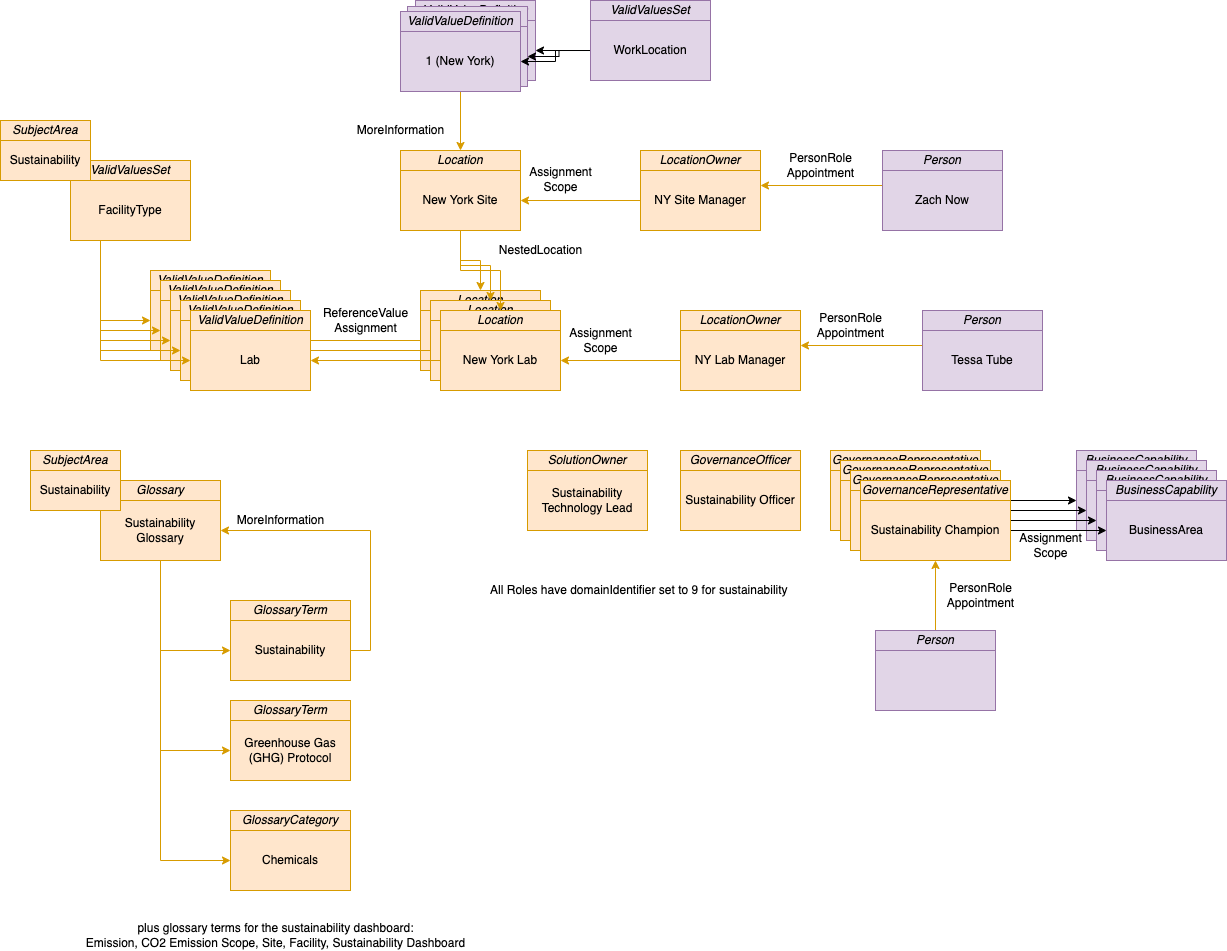
odpi/egeria-samples keeps this draw.io diagram as sample-metadata-archives/coco-metadata-archives/docs/coco-metadata-archives-sustainability.png. Above is the earlier version. Source tidied: cells renumbered, new cells last; positions are measured from the earlier drawing's top-left corner, leaving out a move shared by most shapes.
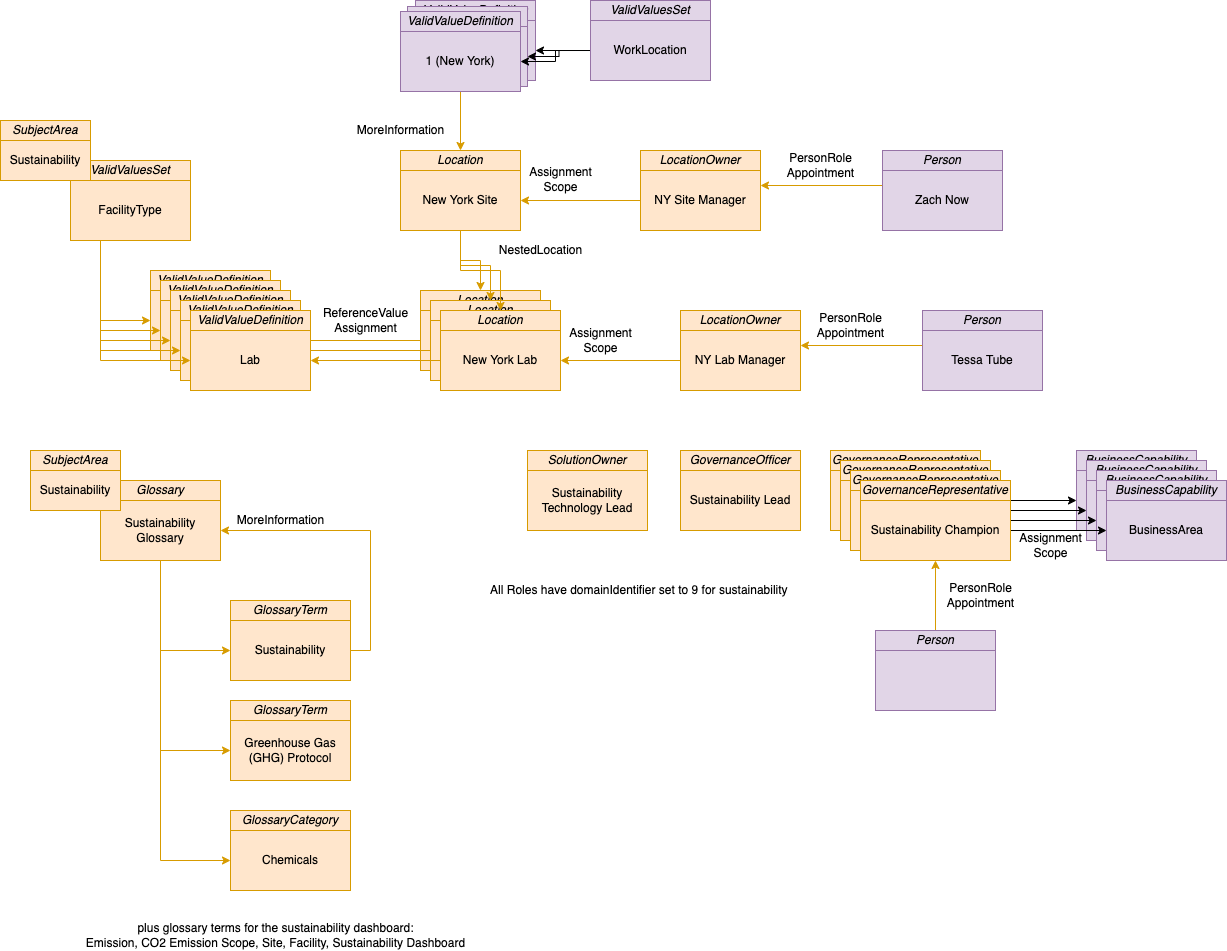
The same diagram one commit later.

Change to the diagram source:
```diff
@@ -192,7 +192,7 @@
     <mxCell id="63" style="edgeStyle=orthogonalEdgeStyle;rounded=0;jettySize=auto;html=1;exitX=0.25;exitY=1;exitDx=0;exitDy=0;entryX=0;entryY=0.5;entryDx=0;entryDy=0;fillColor=#ffe6cc;strokeColor=#d79b00;" parent="1" edge="1" source="11" target="19">
       <mxGeometry relative="1" as="geometry" />
     </mxCell>
-    <mxCell id="64" value="Sustainability Officer" style="rounded=0;whiteSpace=wrap;html=1;fillColor=#ffe6cc;strokeColor=#d79b00;" parent="1" vertex="1">
+    <mxCell id="64" value="Sustainability Lead" style="rounded=0;whiteSpace=wrap;html=1;fillColor=#ffe6cc;strokeColor=#d79b00;" parent="1" vertex="1">
       <mxGeometry x="680" y="470" width="120" height="60" as="geometry" />
     </mxCell>
     <mxCell id="65" value="GovernanceOfficer" style="rounded=0;whiteSpace=wrap;html=1;fontStyle=2;fillColor=#ffe6cc;strokeColor=#d79b00;" parent="1" vertex="1">
```
